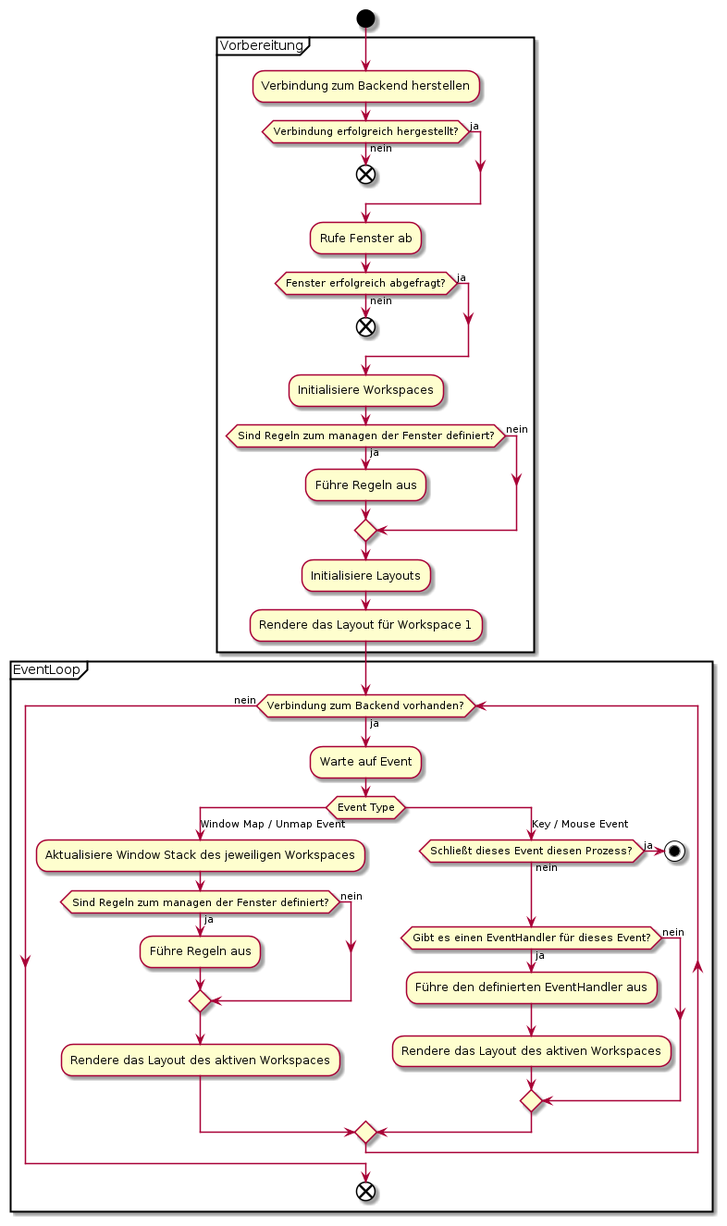
The PlantUML diagram softwaretechnik/assignments/uml/diagrams/activity.png in mara-schulke/thb, before a commit.
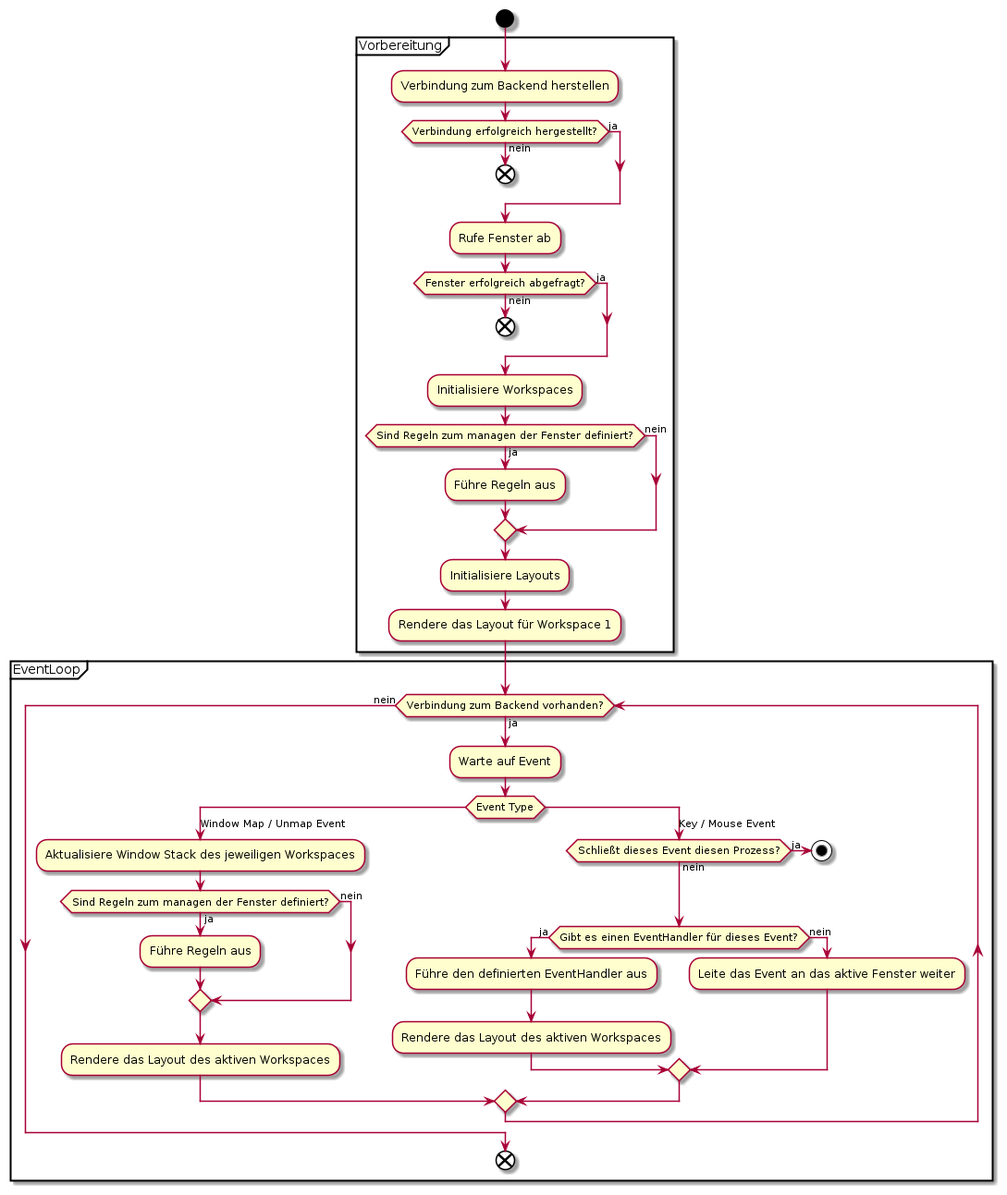
Above is the later version.

The edit, as a diff of the source:
```diff
@@ -51,6 +51,7 @@
 				:Führe den definierten EventHandler aus;
 				:Rendere das Layout des aktiven Workspaces;
 			else (nein)
+				:Leite das Event an das aktive Fenster weiter;
 			endif
 		endswitch
 	endwhile (nein)
```
